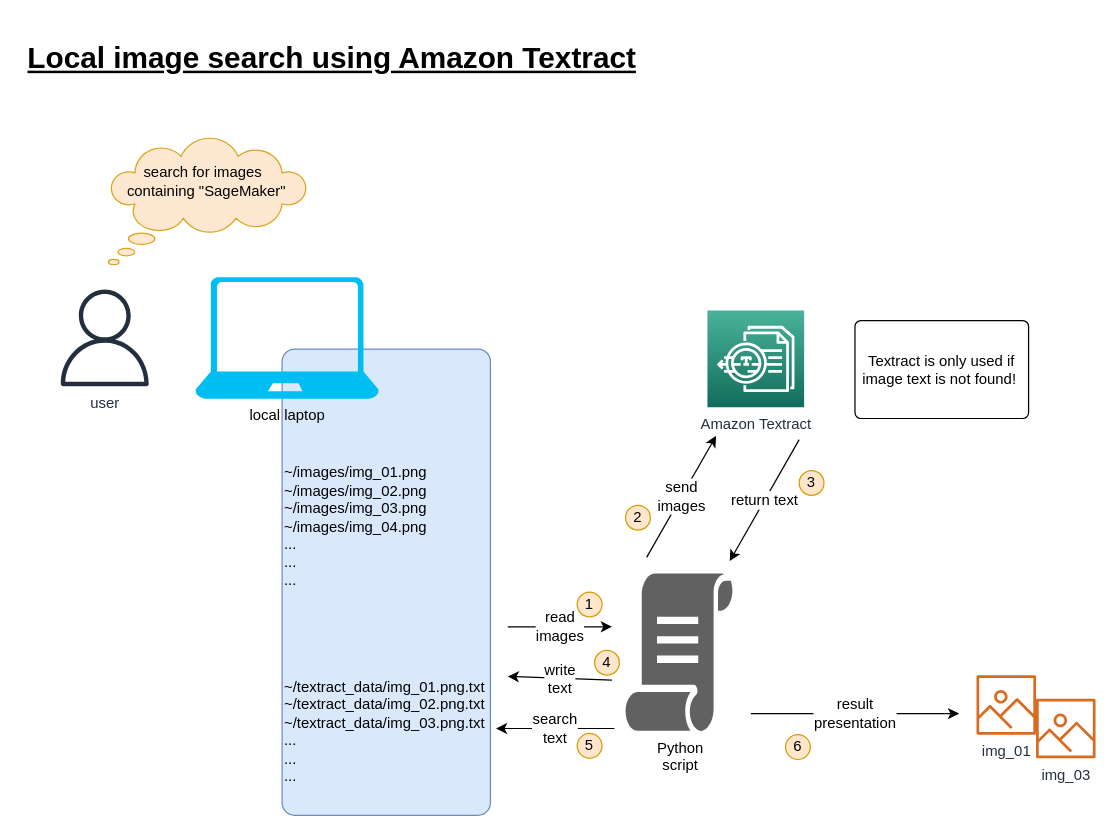
typex1/Amazon-Textract-Image-Search keeps this draw.io diagram as page "Textract solution" (1 of 2) of diagrams/Amazon-Textract-Image-Search.drawio. Above is the earlier version. Source tidied: cells renumbered, new cells numbered last; positions are measured from the earlier drawing's top-left corner, leaving out a move shared by most shapes. Both pictures are drawn from the tidied source at 124%, with x=0, y=0 at pixel (21, 33).
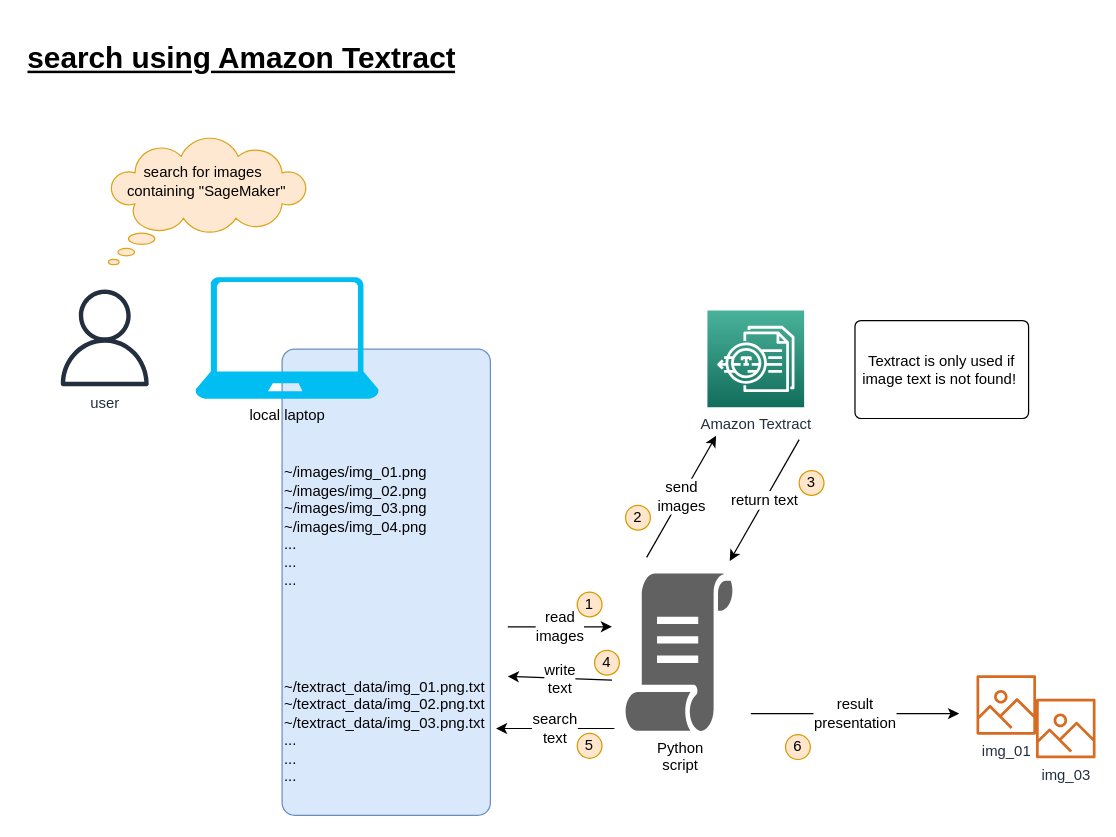
After the change.

Change to the diagram source:
```diff
@@
-    <mxCell id="4" value="&lt;h1&gt;&lt;u&gt;Local image search using Amazon Textract&lt;/u&gt;&lt;/h1&gt;" style="text;html=1;strokeColor=none;fillColor=none;spacing=5;spacingTop=-20;whiteSpace=wrap;overflow=hidden;rounded=0;" parent="1" vertex="1">
+    <mxCell id="4" value="&lt;h1&gt;&lt;u&gt; search using Amazon Textract&lt;/u&gt;&lt;/h1&gt;" style="text;html=1;strokeColor=none;fillColor=none;spacing=5;spacingTop=-20;whiteSpace=wrap;overflow=hidden;rounded=0;" parent="1" vertex="1">
       <mxGeometry width="518" height="56" as="geometry" />
     </mxCell>
```
